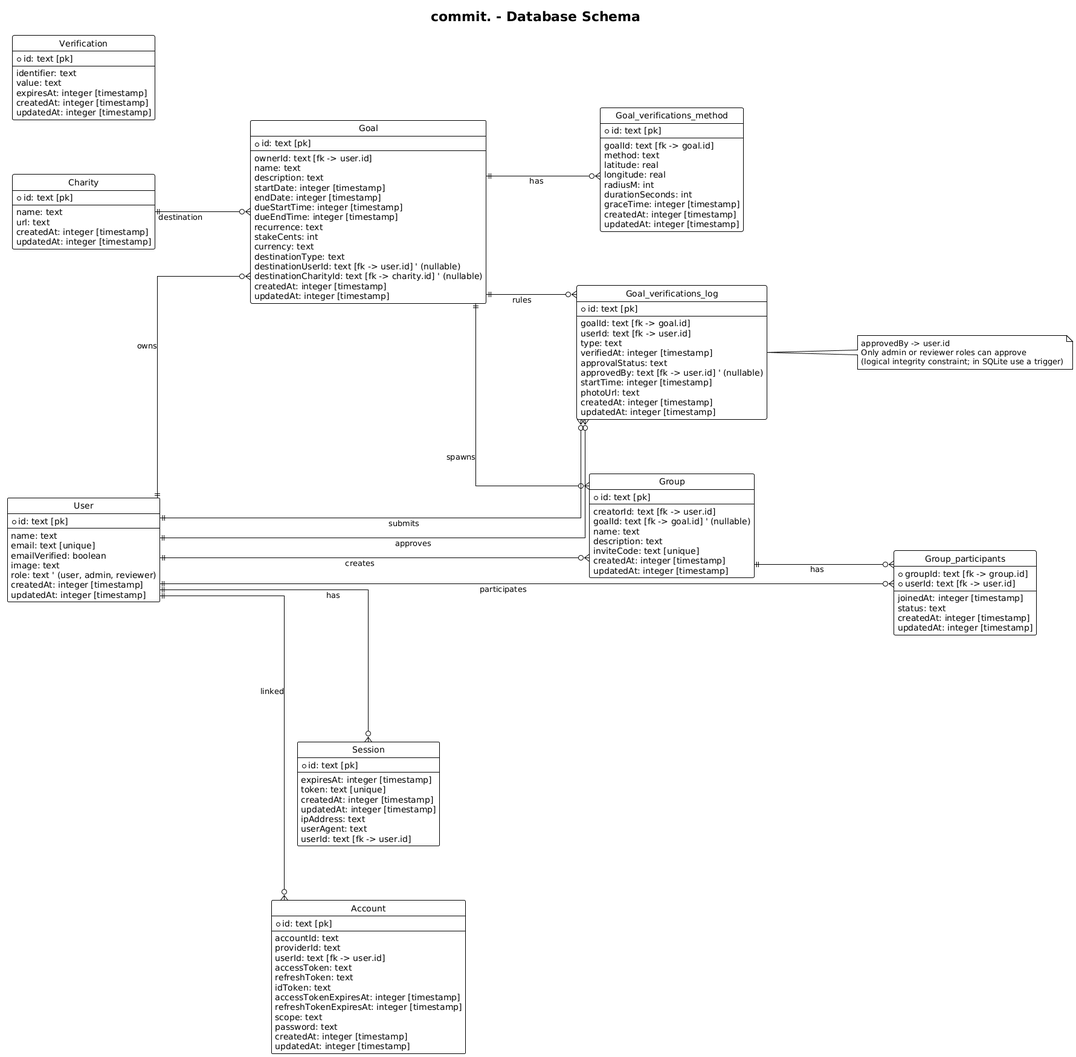
This is docs/db-schema.png from getcommitapp/commit, a PlantUML export, as it was before one commit. Source of this version:
```plantuml
@startuml db-schema
title commit. - Database Schema
!theme plain
left to right direction
hide circle
hide methods
hide stereotypes
skinparam linetype ortho
skinparam nodesep 90
skinparam ranksep 150
skinparam class {
  BackgroundColor White
  BorderColor Black
}

entity "User" as user {
  + id: text [pk]
  --
  name: text
  email: text [unique]
  emailVerified: boolean
  image: text
  role: text ' (user, admin, reviewer)
  createdAt: integer [timestamp]
  updatedAt: integer [timestamp]
}

entity "Session" as session {
  + id: text [pk]
  --
  expiresAt: integer [timestamp]
  token: text [unique]
  createdAt: integer [timestamp]
  updatedAt: integer [timestamp]
  ipAddress: text
  userAgent: text
  userId: text [fk -> user.id]
}

entity "Account" as account {
  + id: text [pk]
  --
  accountId: text
  providerId: text
  userId: text [fk -> user.id]
  accessToken: text
  refreshToken: text
  idToken: text
  accessTokenExpiresAt: integer [timestamp]
  refreshTokenExpiresAt: integer [timestamp]
  scope: text
  password: text
  createdAt: integer [timestamp]
  updatedAt: integer [timestamp]
}

entity "Verification" as verification {
  + id: text [pk]
  --
  identifier: text
  value: text
  expiresAt: integer [timestamp]
  createdAt: integer [timestamp]
  updatedAt: integer [timestamp]
}

entity "Charity" as charity {
  + id: text [pk]
  --
  name: text
  url: text
  createdAt: integer [timestamp]
  updatedAt: integer [timestamp]
}

entity "Goal" as goal {
  + id: text [pk]
  --
  ownerId: text [fk -> user.id]
  name: text
  description: text
  startDate: integer [timestamp]
  endDate: integer [timestamp]
  dueStartTime: integer [timestamp]
  dueEndTime: integer [timestamp]
  recurrence: text
  stakeCents: int
  currency: text
  destinationType: text
  destinationUserId: text [fk -> user.id] ' (nullable)
  destinationCharityId: text [fk -> charity.id] ' (nullable)
  createdAt: integer [timestamp]
  updatedAt: integer [timestamp]
}

entity "Goal_verifications_method" as goal_verifications_method {
  + id: text [pk]
  --
  goalId: text [fk -> goal.id]
  method: text
  latitude: real
  longitude: real
  radiusM: int
  durationSeconds: int
  graceTime: integer [timestamp]
  createdAt: integer [timestamp]
  updatedAt: integer [timestamp]
}

entity "Goal_verifications_log" as goal_verifications_log {
  + id: text [pk]
  --
  goalId: text [fk -> goal.id]
  userId: text [fk -> user.id]
  type: text
  verifiedAt: integer [timestamp]
  approvalStatus: text
  approvedBy: text [fk -> user.id] ' (nullable)
  startTime: integer [timestamp]
  photoUrl: text
  createdAt: integer [timestamp]
  updatedAt: integer [timestamp]
}

entity "Group" as group {
  + id: text [pk]
  --
  creatorId: text [fk -> user.id]
  goalId: text [fk -> goal.id] ' (nullable)
  name: text
  description: text
  inviteCode: text [unique]
  createdAt: integer [timestamp]
  updatedAt: integer [timestamp]
}

entity "Group_participants" as group_participants {
  + groupId: text [fk -> group.id]
  + userId: text [fk -> user.id]
  --
  joinedAt: integer [timestamp]
  status: text
  createdAt: integer [timestamp]
  updatedAt: integer [timestamp]
}

user ||--o{ goal : owns
user ||--o{ goal_verifications_log : submits
user ||--o{ goal_verifications_log : approves
user ||--o{ group : creates
user ||--o{ group_participants : participates
user ||--o{ session : has
user ||--o{ account : linked

charity ||--o{ goal : destination

goal ||--o{ goal_verifications_method : has
goal ||--o{ goal_verifications_log : rules
goal ||--o{ group : spawns

group ||--o{ group_participants : has

note right of goal_verifications_log
approvedBy -> user.id
Only admin or reviewer roles can approve
(logical integrity constraint; in SQLite use a trigger)
end note

@enduml
```
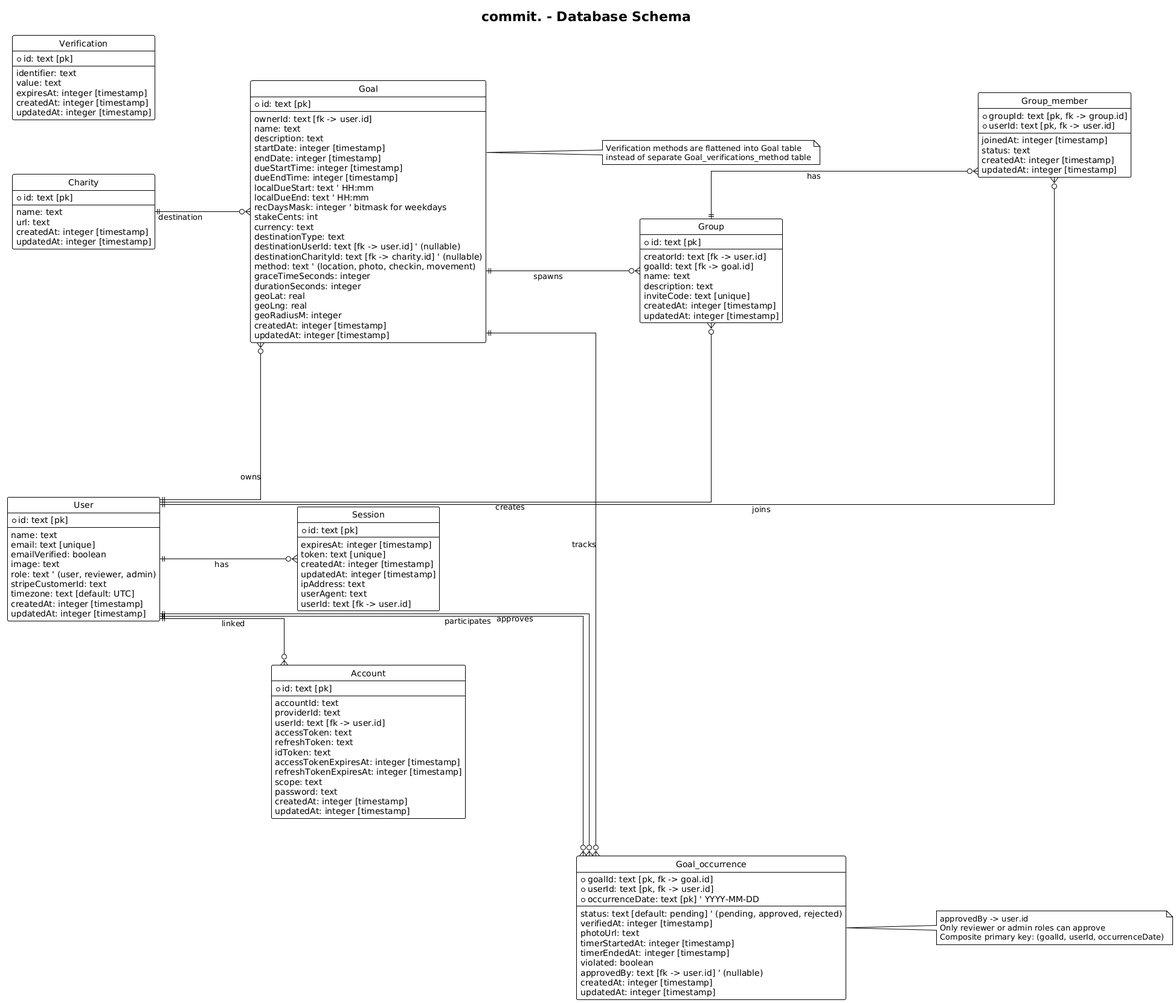
After the change.

Change to the diagram source:
```diff
@@ -20,7 +20,9 @@
   email: text [unique]
   emailVerified: boolean
   image: text
-  role: text ' (user, admin, reviewer)
+  role: text ' (user, reviewer, admin)
+  stripeCustomerId: text
+  timezone: text [default: UTC]
   createdAt: integer [timestamp]
   updatedAt: integer [timestamp]
 }
@@ -83,41 +85,36 @@
   endDate: integer [timestamp]
   dueStartTime: integer [timestamp]
   dueEndTime: integer [timestamp]
-  recurrence: text
+  localDueStart: text ' HH:mm
+  localDueEnd: text ' HH:mm
+  recDaysMask: integer ' bitmask for weekdays
   stakeCents: int
   currency: text
   destinationType: text
   destinationUserId: text [fk -> user.id] ' (nullable)
   destinationCharityId: text [fk -> charity.id] ' (nullable)
+  method: text ' (location, photo, checkin, movement)
+  graceTimeSeconds: integer
+  durationSeconds: integer
+  geoLat: real
+  geoLng: real
+  geoRadiusM: integer
   createdAt: integer [timestamp]
   updatedAt: integer [timestamp]
 }
 
-entity "Goal_verifications_method" as goal_verifications_method {
-  + id: text [pk]
+entity "Goal_occurrence" as goal_occurrence {
+  + goalId: text [pk, fk -> goal.id]
+  + userId: text [pk, fk -> user.id]
+  + occurrenceDate: text [pk] ' YYYY-MM-DD
   --
-  goalId: text [fk -> goal.id]
-  method: text
-  latitude: real
-  longitude: real
-  radiusM: int
-  durationSeconds: int
-  graceTime: integer [timestamp]
-  createdAt: integer [timestamp]
-  updatedAt: integer [timestamp]
-}
-
-entity "Goal_verifications_log" as goal_verifications_log {
-  + id: text [pk]
-  --
-  goalId: text [fk -> goal.id]
-  userId: text [fk -> user.id]
-  type: text
+  status: text [default: pending] ' (pending, approved, rejected)
   verifiedAt: integer [timestamp]
-  approvalStatus: text
+  photoUrl: text
+  timerStartedAt: integer [timestamp]
+  timerEndedAt: integer [timestamp]
+  violated: boolean
   approvedBy: text [fk -> user.id] ' (nullable)
-  startTime: integer [timestamp]
-  photoUrl: text
   createdAt: integer [timestamp]
   updatedAt: integer [timestamp]
 }
@@ -126,7 +123,7 @@
   + id: text [pk]
   --
   creatorId: text [fk -> user.id]
-  goalId: text [fk -> goal.id] ' (nullable)
+  goalId: text [fk -> goal.id]
   name: text
   description: text
   inviteCode: text [unique]
@@ -134,9 +131,9 @@
   updatedAt: integer [timestamp]
 }
 
-entity "Group_participants" as group_participants {
-  + groupId: text [fk -> group.id]
-  + userId: text [fk -> user.id]
+entity "Group_member" as group_member {
+  + groupId: text [pk, fk -> group.id]
+  + userId: text [pk, fk -> user.id]
   --
   joinedAt: integer [timestamp]
   status: text
@@ -145,25 +142,29 @@
 }
 
 user ||--o{ goal : owns
-user ||--o{ goal_verifications_log : submits
-user ||--o{ goal_verifications_log : approves
+user ||--o{ goal_occurrence : participates
+user ||--o{ goal_occurrence : approves
 user ||--o{ group : creates
-user ||--o{ group_participants : participates
+user ||--o{ group_member : joins
 user ||--o{ session : has
 user ||--o{ account : linked
 
 charity ||--o{ goal : destination
 
-goal ||--o{ goal_verifications_method : has
-goal ||--o{ goal_verifications_log : rules
+goal ||--o{ goal_occurrence : tracks
 goal ||--o{ group : spawns
 
-group ||--o{ group_participants : has
+group ||--o{ group_member : has
 
-note right of goal_verifications_log
+note right of goal_occurrence
 approvedBy -> user.id
-Only admin or reviewer roles can approve
-(logical integrity constraint; in SQLite use a trigger)
+Only reviewer or admin roles can approve
+Composite primary key: (goalId, userId, occurrenceDate)
+end note
+
+note right of goal
+Verification methods are flattened into Goal table
+instead of separate Goal_verifications_method table
 end note
 
 @enduml
```
